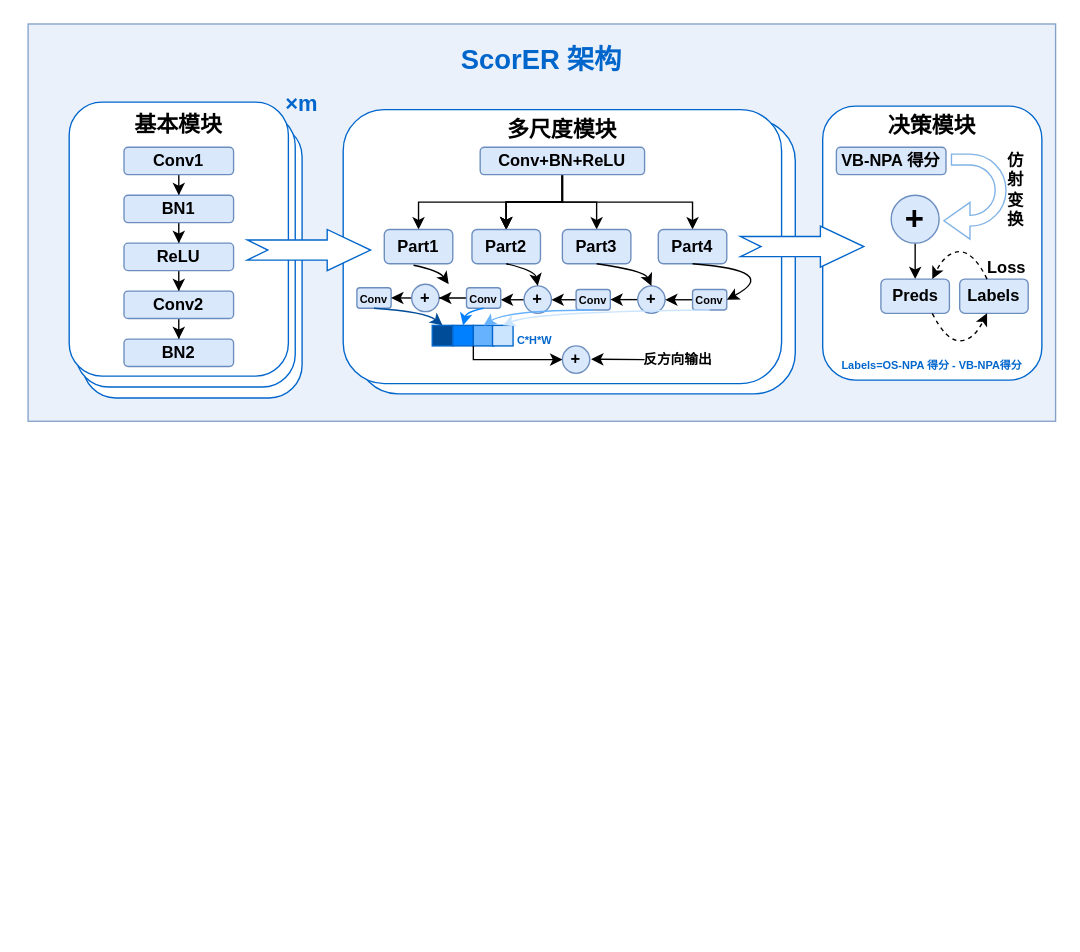
This is Graphs/ScorER.drawio from whenwedream/TELL, a draw.io file, before an edit. Source tidied: cells renumbered, new cells numbered last; positions are measured from the earlier drawing's top-left corner, leaving out a move shared by most shapes. Both pictures are drawn from the tidied source at 137%, with x=0, y=0 at pixel (27, 23).
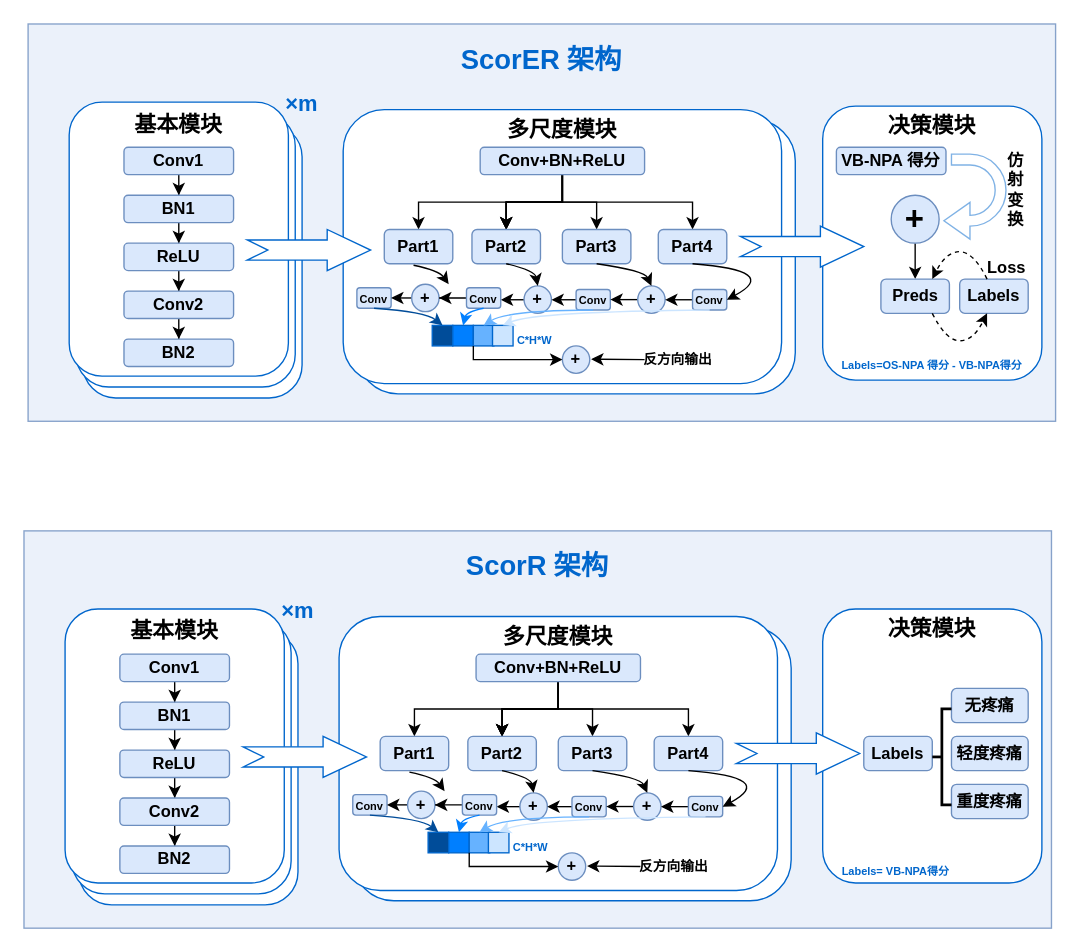
After the change.

Diff of the diagram source:
```diff
@@
+    <mxCell id="75" style="rounded=0;whiteSpace=wrap;html=1;fillColor=light-dark(#E6EEF9,#1D293B);strokeColor=#6c8ebf;opacity=80;gradientColor=none;" parent="1" vertex="1">
+      <mxGeometry x="-3" y="370" width="750" height="290" as="geometry" />
+    </mxCell>
+    <mxCell id="76" style="rounded=1;whiteSpace=wrap;html=1;strokeColor=#0066CC;" parent="1" vertex="1">
+      <mxGeometry x="37" y="443" width="160" height="200" as="geometry" />
+    </mxCell>
+    <mxCell id="77" style="rounded=1;whiteSpace=wrap;html=1;strokeColor=#0066CC;" parent="1" vertex="1">
+      <mxGeometry x="32" y="435" width="160" height="200" as="geometry" />
+    </mxCell>
+    <mxCell id="78" value="&lt;div&gt;&lt;b&gt;&lt;font style=&quot;font-size: 16px;&quot;&gt;基本模块&lt;/font&gt;&lt;/b&gt;&lt;/div&gt;&lt;div&gt;&lt;font style=&quot;font-size: 16px;&quot;&gt;&lt;br&gt;&lt;/font&gt;&lt;/div&gt;&lt;div&gt;&lt;font style=&quot;font-size: 16px;&quot;&gt;&lt;br&gt;&lt;/font&gt;&lt;/div&gt;&lt;div&gt;&lt;font style=&quot;font-size: 16px;&quot;&gt;&lt;br&gt;&lt;/font&gt;&lt;/div&gt;&lt;div&gt;&lt;font style=&quot;font-size: 16px;&quot;&gt;&lt;br&gt;&lt;/font&gt;&lt;/div&gt;&lt;div&gt;&lt;font style=&quot;font-size: 16px;&quot;&gt;&lt;br&gt;&lt;/font&gt;&lt;/div&gt;&lt;div&gt;&lt;font style=&quot;font-size: 16px;&quot;&gt;&lt;br&gt;&lt;/font&gt;&lt;/div&gt;&lt;div&gt;&lt;font style=&quot;font-size: 16px;&quot;&gt;&lt;br&gt;&lt;/font&gt;&lt;/div&gt;&lt;div&gt;&lt;font style=&quot;font-size: 16px;&quot;&gt;&lt;br&gt;&lt;/font&gt;&lt;/div&gt;&lt;div&gt;&lt;br&gt;&lt;/div&gt;" style="rounded=1;whiteSpace=wrap;html=1;strokeColor=light-dark(#0066CC,#182E44);" parent="1" vertex="1">
+      <mxGeometry x="27" y="427" width="160" height="200" as="geometry" />
+    </mxCell>
+    <mxCell id="79" style="edgeStyle=orthogonalEdgeStyle;rounded=0;jettySize=auto;html=1;" parent="1" edge="1" source="80" target="82">
+      <mxGeometry relative="1" as="geometry" />
+    </mxCell>
+    <mxCell id="80" value="&lt;b&gt;Conv1&lt;/b&gt;" style="rounded=1;whiteSpace=wrap;html=1;fillColor=#dae8fc;strokeColor=#6c8ebf;" parent="1" vertex="1">
+      <mxGeometry x="67" y="460" width="80" height="20" as="geometry" />
+    </mxCell>
+    <mxCell id="81" style="edgeStyle=orthogonalEdgeStyle;rounded=0;jettySize=auto;html=1;" parent="1" edge="1" source="82" target="84">
+      <mxGeometry relative="1" as="geometry" />
+    </mxCell>
+    <mxCell id="82" value="&lt;b&gt;BN1&lt;/b&gt;" style="rounded=1;whiteSpace=wrap;html=1;fillColor=#dae8fc;strokeColor=#6c8ebf;" parent="1" vertex="1">
+      <mxGeometry x="67" y="495" width="80" height="20" as="geometry" />
+    </mxCell>
+    <mxCell id="83" style="edgeStyle=orthogonalEdgeStyle;rounded=0;jettySize=auto;html=1;" parent="1" edge="1" source="84" target="86">
+      <mxGeometry relative="1" as="geometry" />
+    </mxCell>
+    <mxCell id="84" value="&lt;b&gt;ReLU&lt;/b&gt;" style="rounded=1;whiteSpace=wrap;html=1;fillColor=#dae8fc;strokeColor=#6c8ebf;" parent="1" vertex="1">
+      <mxGeometry x="67" y="530" width="80" height="20" as="geometry" />
+    </mxCell>
+    <mxCell id="85" style="edgeStyle=orthogonalEdgeStyle;rounded=0;jettySize=auto;html=1;" parent="1" edge="1" source="86" target="87">
+      <mxGeometry relative="1" as="geometry" />
+    </mxCell>
+    <mxCell id="86" value="&lt;b&gt;Conv2&lt;/b&gt;" style="rounded=1;whiteSpace=wrap;html=1;fillColor=#dae8fc;strokeColor=#6c8ebf;" parent="1" vertex="1">
+      <mxGeometry x="67" y="565" width="80" height="20" as="geometry" />
+    </mxCell>
+    <mxCell id="87" value="&lt;b&gt;BN2&lt;/b&gt;" style="rounded=1;whiteSpace=wrap;html=1;fillColor=#dae8fc;strokeColor=#6c8ebf;" parent="1" vertex="1">
+      <mxGeometry x="67" y="600" width="80" height="20" as="geometry" />
+    </mxCell>
+    <mxCell id="88" style="rounded=1;whiteSpace=wrap;html=1;strokeColor=#0066CC;" parent="1" vertex="1">
+      <mxGeometry x="237" y="440" width="320" height="200" as="geometry" />
+    </mxCell>
+    <mxCell id="89" value="&lt;b&gt;&lt;font style=&quot;font-size: 16px;&quot;&gt;多尺度模块&lt;/font&gt;&lt;/b&gt;&lt;div&gt;&lt;b&gt;&lt;font style=&quot;font-size: 16px;&quot;&gt;&lt;br&gt;&lt;/font&gt;&lt;/b&gt;&lt;/div&gt;&lt;div&gt;&lt;b&gt;&lt;font style=&quot;font-size: 16px;&quot;&gt;&lt;br&gt;&lt;/font&gt;&lt;/b&gt;&lt;/div&gt;&lt;div&gt;&lt;b&gt;&lt;font style=&quot;font-size: 16px;&quot;&gt;&lt;br&gt;&lt;/font&gt;&lt;/b&gt;&lt;/div&gt;&lt;div&gt;&lt;b&gt;&lt;font style=&quot;font-size: 16px;&quot;&gt;&lt;br&gt;&lt;/font&gt;&lt;/b&gt;&lt;/div&gt;&lt;div&gt;&lt;b&gt;&lt;font style=&quot;font-size: 16px;&quot;&gt;&lt;br&gt;&lt;/font&gt;&lt;/b&gt;&lt;/div&gt;&lt;div&gt;&lt;b&gt;&lt;font style=&quot;font-size: 16px;&quot;&gt;&lt;br&gt;&lt;/font&gt;&lt;/b&gt;&lt;/div&gt;&lt;div&gt;&lt;b&gt;&lt;font style=&quot;font-size: 16px;&quot;&gt;&lt;br&gt;&lt;/font&gt;&lt;/b&gt;&lt;/div&gt;&lt;div&gt;&lt;b&gt;&lt;font style=&quot;font-size: 16px;&quot;&gt;&lt;br&gt;&lt;/font&gt;&lt;/b&gt;&lt;/div&gt;&lt;div&gt;&lt;b&gt;&lt;font style=&quot;font-size: 16px;&quot;&gt;&lt;br&gt;&lt;/font&gt;&lt;/b&gt;&lt;/div&gt;" style="rounded=1;whiteSpace=wrap;html=1;strokeColor=#0066CC;" parent="1" vertex="1">
+      <mxGeometry x="227" y="432.5" width="320" height="200" as="geometry" />
+    </mxCell>
+    <mxCell id="90" style="html=1;shadow=0;dashed=0;align=center;verticalAlign=middle;shape=mxgraph.arrows2.arrow;dy=0.51;dx=31.67;notch=15;strokeColor=#0066CC;" parent="1" vertex="1">
+      <mxGeometry x="157" y="520" width="90" height="30" as="geometry" />
+    </mxCell>
+    <mxCell id="91" value="&lt;font style=&quot;font-size: 16px;&quot;&gt;&lt;b&gt;×m&lt;/b&gt;&lt;/font&gt;" style="rounded=0;whiteSpace=wrap;html=1;opacity=0;fontColor=#0066CC;" parent="1" vertex="1">
+      <mxGeometry x="177" y="413" width="40" height="30" as="geometry" />
+    </mxCell>
+    <mxCell id="92" value="&lt;font style=&quot;font-size: 20px;&quot;&gt;&lt;b style=&quot;&quot;&gt;ScorR&lt;font face=&quot;Times New Roman&quot;&gt; 架构&lt;/font&gt;&lt;/b&gt;&lt;/font&gt;" style="rounded=0;whiteSpace=wrap;html=1;opacity=0;fontColor=#0066CC;" parent="1" vertex="1">
+      <mxGeometry x="277" y="380" width="190" height="30" as="geometry" />
+    </mxCell>
+    <mxCell id="93" style="edgeStyle=orthogonalEdgeStyle;rounded=0;jettySize=auto;html=1;" parent="1" edge="1" source="100" target="101">
+      <mxGeometry relative="1" as="geometry">
+        <Array as="points">
+          <mxPoint x="387" y="500" />
+          <mxPoint x="282" y="500" />
+        </Array>
+      </mxGeometry>
+    </mxCell>
+    <mxCell id="94" style="edgeStyle=orthogonalEdgeStyle;rounded=0;jettySize=auto;html=1;" parent="1" edge="1" source="100" target="102">
+      <mxGeometry relative="1" as="geometry" />
+    </mxCell>
+    <mxCell id="95" style="edgeStyle=orthogonalEdgeStyle;rounded=0;jettySize=auto;html=1;" parent="1" edge="1" source="100" target="102">
+      <mxGeometry relative="1" as="geometry" />
+    </mxCell>
+    <mxCell id="96" style="edgeStyle=orthogonalEdgeStyle;rounded=0;jettySize=auto;html=1;" parent="1" edge="1" source="100" target="102">
+      <mxGeometry relative="1" as="geometry" />
+    </mxCell>
+    <mxCell id="97" style="edgeStyle=orthogonalEdgeStyle;rounded=0;jettySize=auto;html=1;" parent="1" edge="1" source="100" target="102">
+      <mxGeometry relative="1" as="geometry" />
+    </mxCell>
+    <mxCell id="98" style="edgeStyle=orthogonalEdgeStyle;rounded=0;jettySize=auto;html=1;entryX=0.5;entryY=0;entryDx=0;entryDy=0;" parent="1" edge="1" source="100" target="103">
+      <mxGeometry relative="1" as="geometry" />
+    </mxCell>
+    <mxCell id="99" style="edgeStyle=orthogonalEdgeStyle;rounded=0;jettySize=auto;html=1;entryX=0.5;entryY=0;entryDx=0;entryDy=0;" parent="1" edge="1" source="100" target="104">
+      <mxGeometry relative="1" as="geometry">
+        <Array as="points">
+          <mxPoint x="387" y="500" />
+          <mxPoint x="482" y="500" />
+        </Array>
+      </mxGeometry>
+    </mxCell>
+    <mxCell id="100" value="&lt;b&gt;Conv+BN+ReLU&lt;/b&gt;" style="rounded=1;whiteSpace=wrap;html=1;fillColor=#dae8fc;strokeColor=#6c8ebf;" parent="1" vertex="1">
+      <mxGeometry x="327" y="460" width="120" height="20" as="geometry" />
+    </mxCell>
+    <mxCell id="101" value="&lt;b&gt;Part1&lt;/b&gt;" style="rounded=1;whiteSpace=wrap;html=1;fillColor=#dae8fc;strokeColor=#6c8ebf;" parent="1" vertex="1">
+      <mxGeometry x="257" y="520" width="50" height="25" as="geometry" />
+    </mxCell>
+    <mxCell id="102" value="&lt;b&gt;Part2&lt;/b&gt;" style="rounded=1;whiteSpace=wrap;html=1;fillColor=#dae8fc;strokeColor=#6c8ebf;" parent="1" vertex="1">
+      <mxGeometry x="321" y="520" width="50" height="25" as="geometry" />
+    </mxCell>
+    <mxCell id="103" value="&lt;b&gt;Part3&lt;/b&gt;" style="rounded=1;whiteSpace=wrap;html=1;fillColor=#dae8fc;strokeColor=#6c8ebf;" parent="1" vertex="1">
+      <mxGeometry x="387" y="520" width="50" height="25" as="geometry" />
+    </mxCell>
+    <mxCell id="104" value="&lt;b&gt;Part4&lt;/b&gt;" style="rounded=1;whiteSpace=wrap;html=1;fillColor=#dae8fc;strokeColor=#6c8ebf;" parent="1" vertex="1">
+      <mxGeometry x="457" y="520" width="50" height="25" as="geometry" />
+    </mxCell>
+    <mxCell id="105" value="&lt;b&gt;&lt;font style=&quot;font-size: 8px;&quot;&gt;Conv&lt;/font&gt;&lt;/b&gt;" style="rounded=1;whiteSpace=wrap;html=1;fillColor=#dae8fc;strokeColor=#6c8ebf;fontSize=10;align=center;" parent="1" vertex="1">
+      <mxGeometry x="237" y="562.5" width="25" height="15" as="geometry" />
+    </mxCell>
+    <mxCell id="106" style="edgeStyle=orthogonalEdgeStyle;rounded=0;jettySize=auto;html=1;" parent="1" edge="1" source="107" target="105">
+      <mxGeometry relative="1" as="geometry">
+        <Array as="points">
+          <mxPoint x="287" y="570" />
+          <mxPoint x="287" y="570" />
+        </Array>
+      </mxGeometry>
+    </mxCell>
+    <mxCell id="107" value="&lt;b&gt;+&lt;/b&gt;" style="ellipse;whiteSpace=wrap;html=1;fillColor=#dae8fc;strokeColor=#6c8ebf;" parent="1" vertex="1">
+      <mxGeometry x="277" y="560" width="20" height="20" as="geometry" />
+    </mxCell>
+    <mxCell id="108" style="edgeStyle=orthogonalEdgeStyle;rounded=0;orthogonalLoop=1;jettySize=auto;html=1;" parent="1" edge="1">
+      <mxGeometry relative="1" as="geometry">
+        <mxPoint x="368" y="571.3" as="sourcePoint" />
+        <mxPoint x="342" y="571.3" as="targetPoint" />
+      </mxGeometry>
+    </mxCell>
+    <mxCell id="109" value="&lt;b&gt;+&lt;/b&gt;" style="ellipse;whiteSpace=wrap;html=1;fillColor=#dae8fc;strokeColor=#6c8ebf;" parent="1" vertex="1">
+      <mxGeometry x="359" y="561.2" width="20" height="20" as="geometry" />
+    </mxCell>
+    <mxCell id="110" style="edgeStyle=orthogonalEdgeStyle;rounded=0;jettySize=auto;html=1;" parent="1" edge="1" source="111" target="109">
+      <mxGeometry relative="1" as="geometry">
+        <Array as="points">
+          <mxPoint x="397" y="570" />
+          <mxPoint x="397" y="571" />
+        </Array>
+      </mxGeometry>
+    </mxCell>
+    <mxCell id="111" value="&lt;b&gt;&lt;font style=&quot;font-size: 8px;&quot;&gt;Conv&lt;/font&gt;&lt;/b&gt;" style="rounded=1;whiteSpace=wrap;html=1;fillColor=#dae8fc;strokeColor=#6c8ebf;" parent="1" vertex="1">
+      <mxGeometry x="397" y="563.8" width="25" height="15" as="geometry" />
+    </mxCell>
+    <mxCell id="112" style="curved=1;endArrow=classic;html=1;rounded=0;exitX=0.427;exitY=1.044;exitDx=0;exitDy=0;exitPerimeter=0;" parent="1" edge="1" source="101">
+      <mxGeometry relative="1" as="geometry">
+        <mxPoint x="304" y="560" as="targetPoint" />
+        <Array as="points">
+          <mxPoint x="297" y="550" />
+        </Array>
+      </mxGeometry>
+    </mxCell>
+    <mxCell id="113" style="curved=1;endArrow=classic;html=1;rounded=0;exitX=0.5;exitY=1;exitDx=0;exitDy=0;entryX=0.5;entryY=0;entryDx=0;entryDy=0;" parent="1" edge="1" source="102" target="109">
+      <mxGeometry relative="1" as="geometry">
+        <Array as="points">
+          <mxPoint x="367" y="550" />
+        </Array>
+      </mxGeometry>
+    </mxCell>
+    <mxCell id="114" style="edgeStyle=orthogonalEdgeStyle;rounded=0;jettySize=auto;html=1;" parent="1" edge="1" source="115" target="107">
+      <mxGeometry relative="1" as="geometry" />
+    </mxCell>
+    <mxCell id="115" value="&lt;b&gt;&lt;font style=&quot;font-size: 8px;&quot;&gt;Conv&lt;/font&gt;&lt;/b&gt;" style="rounded=1;whiteSpace=wrap;html=1;fillColor=#dae8fc;strokeColor=#6c8ebf;fontSize=10;align=center;" parent="1" vertex="1">
+      <mxGeometry x="317" y="562.5" width="25" height="15" as="geometry" />
+    </mxCell>
+    <mxCell id="116" style="edgeStyle=orthogonalEdgeStyle;rounded=0;jettySize=auto;html=1;entryX=1;entryY=0.5;entryDx=0;entryDy=0;" parent="1" edge="1" source="117" target="111">
+      <mxGeometry relative="1" as="geometry" />
+    </mxCell>
+    <mxCell id="117" value="&lt;b&gt;+&lt;/b&gt;" style="ellipse;whiteSpace=wrap;html=1;fillColor=#dae8fc;strokeColor=#6c8ebf;" parent="1" vertex="1">
+      <mxGeometry x="442" y="561.2" width="20" height="20" as="geometry" />
+    </mxCell>
+    <mxCell id="118" style="edgeStyle=orthogonalEdgeStyle;rounded=0;jettySize=auto;html=1;" parent="1" edge="1" source="119" target="117">
+      <mxGeometry relative="1" as="geometry" />
+    </mxCell>
+    <mxCell id="119" value="&lt;b&gt;&lt;font style=&quot;font-size: 8px;&quot;&gt;Conv&lt;/font&gt;&lt;/b&gt;" style="rounded=1;whiteSpace=wrap;html=1;fillColor=#dae8fc;strokeColor=#6c8ebf;" parent="1" vertex="1">
+      <mxGeometry x="482" y="563.8" width="25" height="15" as="geometry" />
+    </mxCell>
+    <mxCell id="120" style="curved=1;endArrow=classic;html=1;rounded=0;exitX=0.5;exitY=1;exitDx=0;exitDy=0;entryX=0.5;entryY=0;entryDx=0;entryDy=0;" parent="1" edge="1" source="103" target="117">
+      <mxGeometry relative="1" as="geometry">
+        <Array as="points">
+          <mxPoint x="447" y="550" />
+        </Array>
+      </mxGeometry>
+    </mxCell>
+    <mxCell id="121" style="curved=1;endArrow=classic;html=1;rounded=0;exitX=0.5;exitY=1;exitDx=0;exitDy=0;entryX=1;entryY=0.5;entryDx=0;entryDy=0;" parent="1" edge="1" source="104" target="119">
+      <mxGeometry relative="1" as="geometry">
+        <Array as="points">
+          <mxPoint x="547" y="550" />
+        </Array>
+      </mxGeometry>
+    </mxCell>
+    <mxCell id="122" style="rounded=0;whiteSpace=wrap;html=1;fillColor=#004C99;strokeColor=#0066CC;" parent="1" vertex="1">
+      <mxGeometry x="292" y="590" width="15" height="15" as="geometry" />
+    </mxCell>
+    <mxCell id="123" style="rounded=0;whiteSpace=wrap;html=1;fillColor=#007FFF;strokeColor=#0066CC;" parent="1" vertex="1">
+      <mxGeometry x="307" y="590" width="15" height="15" as="geometry" />
+    </mxCell>
+    <mxCell id="124" style="rounded=0;whiteSpace=wrap;html=1;fillColor=#66B2FF;strokeColor=#0066CC;" parent="1" vertex="1">
+      <mxGeometry x="322" y="590" width="15" height="15" as="geometry" />
+    </mxCell>
+    <mxCell id="125" style="rounded=0;whiteSpace=wrap;html=1;strokeColor=#0066CC;fillColor=#CCE5FF;" parent="1" vertex="1">
+      <mxGeometry x="336" y="590" width="15" height="15" as="geometry" />
+    </mxCell>
+    <mxCell id="126" style="curved=1;endArrow=classic;html=1;rounded=0;exitX=0.5;exitY=1;exitDx=0;exitDy=0;entryX=0.5;entryY=0;entryDx=0;entryDy=0;strokeColor=#004C99;" parent="1" edge="1" source="105" target="122">
+      <mxGeometry relative="1" as="geometry">
+        <Array as="points">
+          <mxPoint x="287" y="580" />
+        </Array>
+      </mxGeometry>
+    </mxCell>
+    <mxCell id="127" style="curved=1;endArrow=classic;html=1;rounded=0;exitX=0.5;exitY=1;exitDx=0;exitDy=0;entryX=0.5;entryY=0;entryDx=0;entryDy=0;strokeColor=#007FFF;" parent="1" edge="1" source="115" target="123">
+      <mxGeometry relative="1" as="geometry">
+        <Array as="points">
+          <mxPoint x="317" y="580" />
+        </Array>
+      </mxGeometry>
+    </mxCell>
+    <mxCell id="128" style="curved=1;endArrow=classic;html=1;rounded=0;exitX=0.5;exitY=1;exitDx=0;exitDy=0;entryX=0.5;entryY=0;entryDx=0;entryDy=0;strokeColor=#66B2FF;" parent="1" edge="1" source="111" target="124">
+      <mxGeometry relative="1" as="geometry">
+        <Array as="points">
+          <mxPoint x="347" y="579" />
+        </Array>
+      </mxGeometry>
+    </mxCell>
+    <mxCell id="129" value="&lt;font style=&quot;font-size: 8px;&quot;&gt;&lt;b style=&quot;&quot;&gt;C*H*W&lt;/b&gt;&lt;/font&gt;" style="rounded=0;whiteSpace=wrap;html=1;opacity=0;fontColor=#0066CC;" parent="1" vertex="1">
+      <mxGeometry x="347" y="585" width="40" height="30" as="geometry" />
+    </mxCell>
+    <mxCell id="130" style="curved=1;endArrow=classic;html=1;rounded=0;exitX=0.5;exitY=1;exitDx=0;exitDy=0;entryX=0.5;entryY=0;entryDx=0;entryDy=0;strokeColor=#CCE5FF;" parent="1" edge="1" source="119" target="125">
+      <mxGeometry relative="1" as="geometry">
+        <Array as="points">
+          <mxPoint x="367" y="580" />
+        </Array>
+      </mxGeometry>
+    </mxCell>
+    <mxCell id="131" value="&lt;b&gt;+&lt;/b&gt;" style="ellipse;whiteSpace=wrap;html=1;fillColor=#dae8fc;strokeColor=#6c8ebf;" parent="1" vertex="1">
+      <mxGeometry x="387" y="605" width="20" height="20" as="geometry" />
+    </mxCell>
+    <mxCell id="132" style="endArrow=classic;html=1;rounded=0;entryX=0;entryY=0.5;entryDx=0;entryDy=0;exitX=1;exitY=1;exitDx=0;exitDy=0;" parent="1" edge="1">
+      <mxGeometry relative="1" as="geometry">
+        <mxPoint x="322" y="605" as="sourcePoint" />
+        <mxPoint x="387" y="615" as="targetPoint" />
+        <Array as="points">
+          <mxPoint x="322" y="615" />
+        </Array>
+      </mxGeometry>
+    </mxCell>
+    <mxCell id="133" style="endArrow=classic;html=1;rounded=0;" parent="1" edge="1">
+      <mxGeometry relative="1" as="geometry">
+        <mxPoint x="447" y="615" as="sourcePoint" />
+        <mxPoint x="408" y="614.7" as="targetPoint" />
+      </mxGeometry>
+    </mxCell>
+    <mxCell id="134" value="&lt;b&gt;&lt;font style=&quot;font-size: 10px;&quot;&gt;反方向输出&lt;/font&gt;&lt;/b&gt;" style="rounded=1;whiteSpace=wrap;html=1;opacity=0;" parent="1" vertex="1">
+      <mxGeometry x="436" y="600" width="71" height="30" as="geometry" />
+    </mxCell>
+    <mxCell id="135" value="&lt;b&gt;&lt;font style=&quot;font-size: 16px;&quot;&gt;决策模块&lt;/font&gt;&lt;/b&gt;&lt;div&gt;&lt;b&gt;&lt;font style=&quot;font-size: 16px;&quot;&gt;&lt;br&gt;&lt;/font&gt;&lt;/b&gt;&lt;/div&gt;&lt;div&gt;&lt;b&gt;&lt;font style=&quot;font-size: 16px;&quot;&gt;&lt;br&gt;&lt;/font&gt;&lt;/b&gt;&lt;/div&gt;&lt;div&gt;&lt;b&gt;&lt;font style=&quot;font-size: 16px;&quot;&gt;&lt;br&gt;&lt;/font&gt;&lt;/b&gt;&lt;/div&gt;&lt;div&gt;&lt;b&gt;&lt;font style=&quot;font-size: 16px;&quot;&gt;&lt;br&gt;&lt;/font&gt;&lt;/b&gt;&lt;/div&gt;&lt;div&gt;&lt;b&gt;&lt;font style=&quot;font-size: 16px;&quot;&gt;&lt;br&gt;&lt;/font&gt;&lt;/b&gt;&lt;/div&gt;&lt;div&gt;&lt;b&gt;&lt;font style=&quot;font-size: 16px;&quot;&gt;&lt;br&gt;&lt;/font&gt;&lt;/b&gt;&lt;/div&gt;&lt;div&gt;&lt;b&gt;&lt;font style=&quot;font-size: 16px;&quot;&gt;&lt;br&gt;&lt;/font&gt;&lt;/b&gt;&lt;/div&gt;&lt;div&gt;&lt;b&gt;&lt;font style=&quot;font-size: 16px;&quot;&gt;&lt;br&gt;&lt;/font&gt;&lt;/b&gt;&lt;/div&gt;&lt;div&gt;&lt;b&gt;&lt;font style=&quot;font-size: 16px;&quot;&gt;&lt;br&gt;&lt;/font&gt;&lt;/b&gt;&lt;/div&gt;" style="rounded=1;whiteSpace=wrap;html=1;strokeColor=#0066CC;" parent="1" vertex="1">
+      <mxGeometry x="580" y="427" width="160" height="200" as="geometry" />
+    </mxCell>
+    <mxCell id="136" style="html=1;shadow=0;dashed=0;align=center;verticalAlign=middle;shape=mxgraph.arrows2.arrow;dy=0.51;dx=31.67;notch=15;strokeColor=#0066CC;" parent="1" vertex="1">
+      <mxGeometry x="517" y="517.5" width="90" height="30" as="geometry" />
+    </mxCell>
+    <mxCell id="137" value="&lt;b&gt;Labels&lt;/b&gt;" style="rounded=1;whiteSpace=wrap;html=1;fillColor=#dae8fc;strokeColor=#6c8ebf;" parent="1" vertex="1">
+      <mxGeometry x="610" y="520" width="50" height="25" as="geometry" />
+    </mxCell>
+    <mxCell id="138" value="&lt;b&gt;&lt;font style=&quot;font-size: 8px; color: rgb(0, 102, 204);&quot;&gt;Labels= VB-NPA得分&lt;/font&gt;&lt;/b&gt;" style="rounded=1;whiteSpace=wrap;html=1;opacity=0;strokeColor=#0066CC;" parent="1" vertex="1">
+      <mxGeometry x="587" y="605" width="93" height="25" as="geometry" />
+    </mxCell>
+    <mxCell id="139" value="&lt;b&gt;轻度疼痛&lt;/b&gt;" style="rounded=1;whiteSpace=wrap;html=1;fillColor=#dae8fc;strokeColor=#6c8ebf;" parent="1" vertex="1">
+      <mxGeometry x="674" y="520" width="56" height="25" as="geometry" />
+    </mxCell>
+    <mxCell id="140" value="&lt;b&gt;无疼痛&lt;/b&gt;" style="rounded=1;whiteSpace=wrap;html=1;fillColor=#dae8fc;strokeColor=#6c8ebf;" parent="1" vertex="1">
+      <mxGeometry x="674" y="485" width="56" height="25" as="geometry" />
+    </mxCell>
+    <mxCell id="141" value="&lt;b&gt;重度疼痛&lt;/b&gt;" style="rounded=1;whiteSpace=wrap;html=1;fillColor=#dae8fc;strokeColor=#6c8ebf;" parent="1" vertex="1">
+      <mxGeometry x="674" y="555" width="56" height="25" as="geometry" />
+    </mxCell>
+    <mxCell id="142" style="strokeWidth=2;html=1;shape=mxgraph.flowchart.annotation_2;align=left;labelPosition=right;" parent="1" vertex="1">
+      <mxGeometry x="660" y="500" width="14" height="70" as="geometry" />
+    </mxCell>
```
